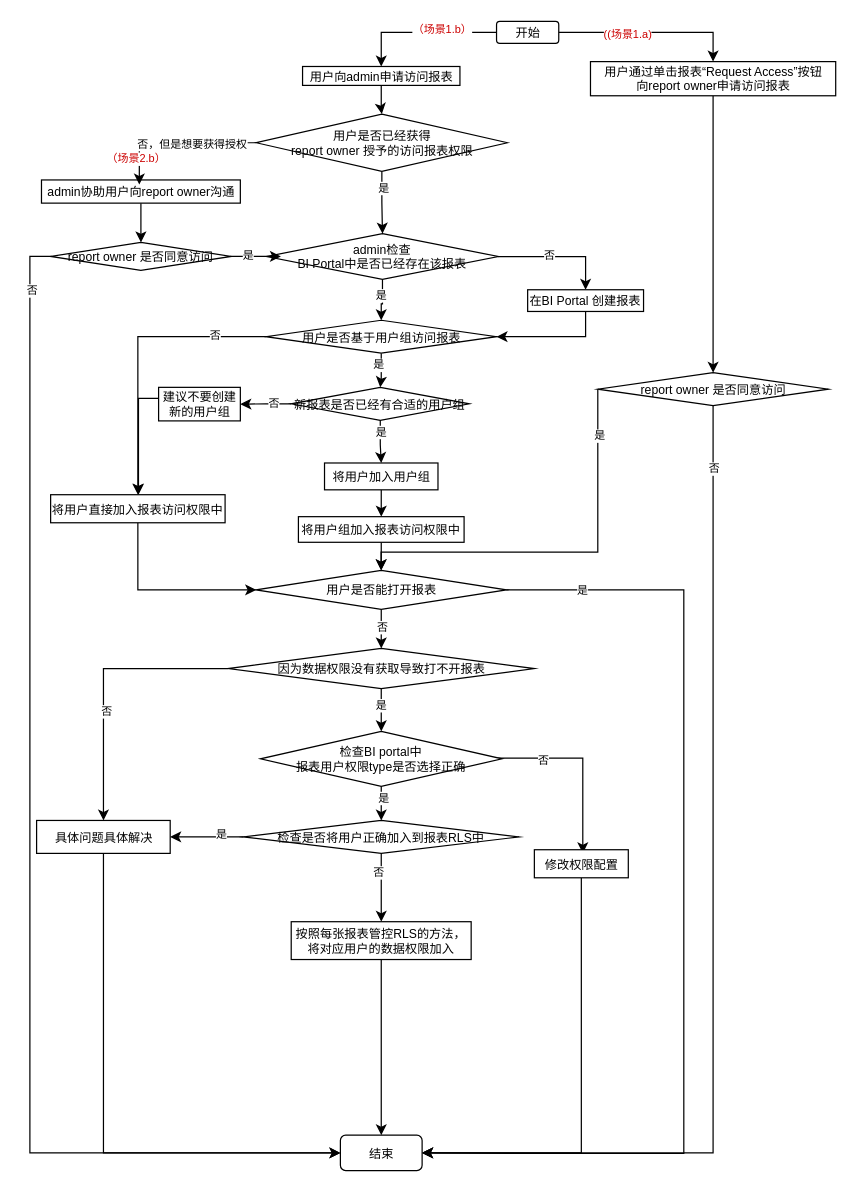
Before: 未命名绘图.drawio in winky02/pics, a draw.io diagram. Source tidied: cells renumbered, new cells numbered last; positions are measured from the earlier drawing's top-left corner, leaving out a move shared by most shapes. Both pictures are drawn from the tidied source at 122%, with x=0, y=0 at pixel (29, 21).
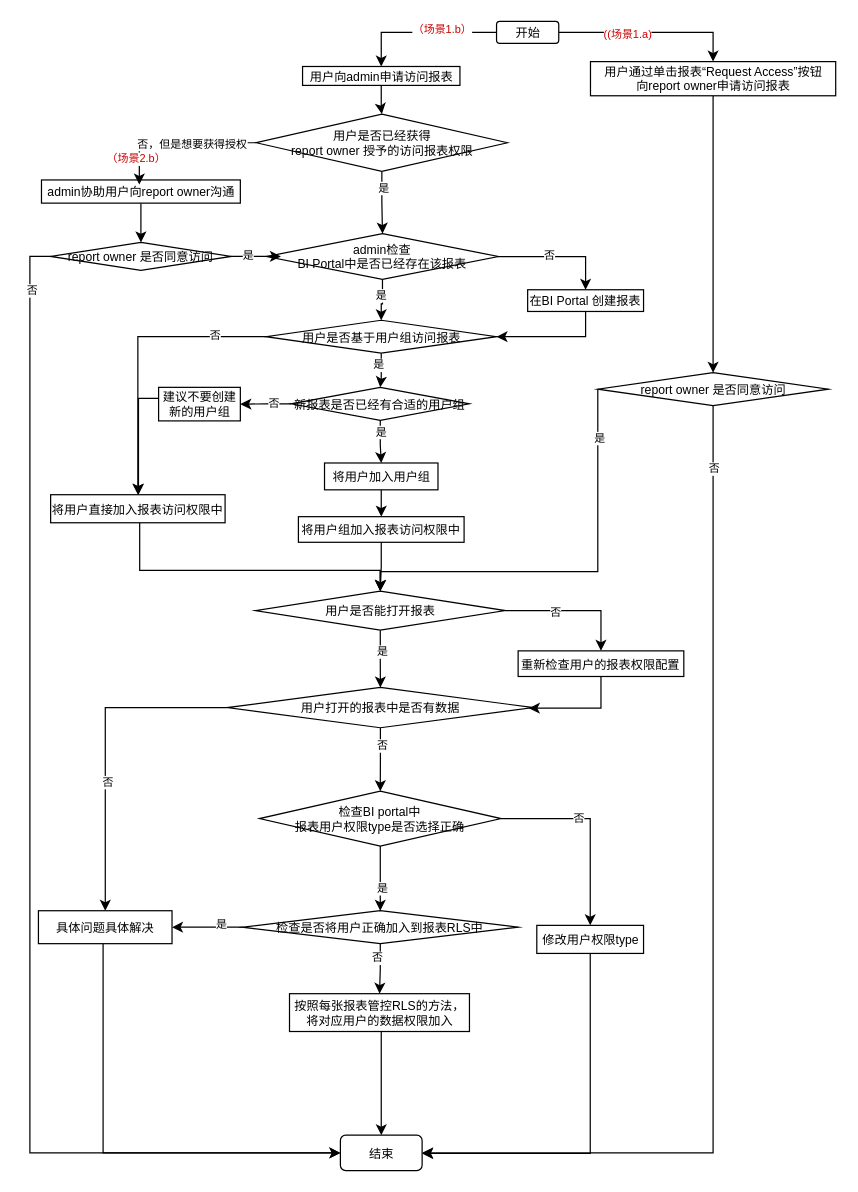
The same page after the edit.

Commit message:
更新未命名绘图.drawio

The change refers to these unchanged cells:
```xml
<mxCell id="28" value="将用户直接加入报表访问权限中" style="whiteSpace=wrap;html=1;fontSize=10;rounded=0;" parent="1" vertex="1">
  <mxGeometry x="17" y="388" width="143" height="23" as="geometry" />
</mxCell>
<mxCell id="36" value="结束" style="rounded=1;whiteSpace=wrap;html=1;fontSize=10;" parent="1" vertex="1">
  <mxGeometry x="254.5" y="913" width="67" height="29" as="geometry" />
</mxCell>
```

What changed in the source:
```diff
@@
-    <mxCell id="27" style="edgeStyle=orthogonalEdgeStyle;rounded=0;jettySize=auto;html=1;exitX=0.5;exitY=1;exitDx=0;exitDy=0;entryX=0;entryY=0.5;entryDx=0;entryDy=0;" parent="1" edge="1" source="28" target="35">
-      <mxGeometry relative="1" as="geometry" />
+    <mxCell id="27" style="edgeStyle=orthogonalEdgeStyle;rounded=0;jettySize=auto;html=1;entryX=0.5;entryY=0;entryDx=0;entryDy=0;" parent="1" edge="1" source="28" target="35">
+      <mxGeometry relative="1" as="geometry">
+        <Array as="points">
+          <mxPoint x="90" y="450" />
+        </Array>
+      </mxGeometry>
     </mxCell>
@@
-    <mxCell id="31" style="edgeStyle=orthogonalEdgeStyle;rounded=0;jettySize=auto;html=1;" parent="1" edge="1" source="35" target="41">
-      <mxGeometry relative="1" as="geometry" />
-    </mxCell>
-    <mxCell id="32" value="否" style="edgeLabel;html=1;align=center;verticalAlign=middle;fontSize=9;" parent="31" vertex="1">
-      <mxGeometry x="-0.4" relative="1" as="geometry" />
-    </mxCell>
-    <mxCell id="33" style="edgeStyle=orthogonalEdgeStyle;rounded=0;jettySize=auto;html=1;entryX=1;entryY=0.5;entryDx=0;entryDy=0;" parent="1" edge="1" source="35" target="36">
-      <mxGeometry relative="1" as="geometry">
-        <Array as="points">
-          <mxPoint x="536" y="466" />
-          <mxPoint x="536" y="928" />
-          <mxPoint x="410" y="928" />
-        </Array>
-      </mxGeometry>
-    </mxCell>
-    <mxCell id="34" value="是" style="edgeLabel;html=1;align=center;verticalAlign=middle;fontSize=9;" parent="33" vertex="1">
-      <mxGeometry x="-0.85" relative="1" as="geometry" />
-    </mxCell>
+    <mxCell id="81" style="edgeStyle=orthogonalEdgeStyle;rounded=0;jettySize=auto;html=1;entryX=0.5;entryY=0;entryDx=0;entryDy=0;" parent="1" edge="1" source="35" target="89">
+      <mxGeometry relative="1" as="geometry" />
+    </mxCell>
+    <mxCell id="82" value="是" style="edgeLabel;html=1;align=center;verticalAlign=middle;fontSize=9;" parent="81" vertex="1">
+      <mxGeometry x="-0.28" y="1" relative="1" as="geometry" />
+    </mxCell>
+    <mxCell id="83" style="edgeStyle=orthogonalEdgeStyle;rounded=0;jettySize=auto;html=1;entryX=0.5;entryY=0;entryDx=0;entryDy=0;" parent="1" edge="1" source="35" target="91">
+      <mxGeometry relative="1" as="geometry">
+        <Array as="points">
+          <mxPoint x="468" y="483" />
+        </Array>
+      </mxGeometry>
+    </mxCell>
+    <mxCell id="84" value="否" style="edgeLabel;html=1;align=center;verticalAlign=middle;fontSize=9;" parent="83" vertex="1">
+      <mxGeometry x="-0.27" y="-1" relative="1" as="geometry" />
+    </mxCell>
     <mxCell id="35" value="用户是否能打开报表" style="rhombus;whiteSpace=wrap;html=1;fontSize=10;rounded=0;" parent="1" vertex="1">
-      <mxGeometry x="185.5" y="450" width="205" height="32" as="geometry" />
+      <mxGeometry x="184.7" y="467" width="205" height="32" as="geometry" />
     </mxCell>
@@
-    <mxCell id="37" style="edgeStyle=orthogonalEdgeStyle;rounded=0;jettySize=auto;html=1;entryX=0.5;entryY=0;entryDx=0;entryDy=0;" parent="1" edge="1" source="41" target="48">
-      <mxGeometry relative="1" as="geometry" />
-    </mxCell>
-    <mxCell id="38" value="是" style="edgeLabel;html=1;align=center;verticalAlign=middle;fontSize=9;" parent="37" vertex="1">
-      <mxGeometry x="-0.42" y="-1" relative="1" as="geometry" />
-    </mxCell>
-    <mxCell id="39" style="edgeStyle=orthogonalEdgeStyle;rounded=0;jettySize=auto;html=1;" parent="1" edge="1" source="41" target="43">
+    <mxCell id="39" style="edgeStyle=orthogonalEdgeStyle;rounded=0;jettySize=auto;html=1;exitX=0;exitY=0.5;exitDx=0;exitDy=0;" parent="1" edge="1" source="89" target="43">
       <mxGeometry relative="1" as="geometry" />
     </mxCell>
@@
-    <mxCell id="41" value="因为数据权限没有获取导致打不开报表" style="rhombus;whiteSpace=wrap;html=1;fontSize=10;rounded=0;" parent="1" vertex="1">
-      <mxGeometry x="162.5" y="514" width="251" height="33" as="geometry" />
-    </mxCell>
@@
     <mxCell id="43" value="具体问题具体解决" style="whiteSpace=wrap;html=1;fontSize=10;rounded=0;" parent="1" vertex="1">
-      <mxGeometry x="5.5" y="655" width="109.5" height="27" as="geometry" />
+      <mxGeometry x="7" y="729" width="109.5" height="27" as="geometry" />
     </mxCell>
-    <mxCell id="44" style="edgeStyle=orthogonalEdgeStyle;rounded=0;orthogonalLoop=1;jettySize=auto;html=1;entryX=0.5;entryY=0;entryDx=0;entryDy=0;" parent="1" edge="1">
-      <mxGeometry relative="1" as="geometry">
-        <mxPoint x="373" y="604" as="sourcePoint" />
-        <mxPoint x="453.2" y="682" as="targetPoint" />
-        <Array as="points">
-          <mxPoint x="453.2" y="604" />
-        </Array>
-      </mxGeometry>
-    </mxCell>
-    <mxCell id="45" value="否" style="edgeLabel;html=1;align=center;verticalAlign=middle;fontSize=9;" parent="44" vertex="1">
-      <mxGeometry x="-0.41" y="-1" relative="1" as="geometry" />
-    </mxCell>
@@
+    <mxCell id="85" style="edgeStyle=orthogonalEdgeStyle;rounded=0;jettySize=auto;html=1;" parent="1" edge="1" source="48" target="50">
+      <mxGeometry relative="1" as="geometry" />
+    </mxCell>
+    <mxCell id="86" value="否" style="edgeLabel;html=1;align=center;verticalAlign=middle;fontSize=9;" parent="85" vertex="1">
+      <mxGeometry x="-0.21" relative="1" as="geometry" />
+    </mxCell>
     <mxCell id="48" value="检查BI portal中&lt;br&gt;报表用户权限type是否选择正确" style="rhombus;whiteSpace=wrap;html=1;fontSize=10;" parent="1" vertex="1">
-      <mxGeometry x="189" y="582" width="198" height="45" as="geometry" />
+      <mxGeometry x="188.2" y="631" width="198" height="45" as="geometry" />
     </mxCell>
-    <mxCell id="49" style="edgeStyle=orthogonalEdgeStyle;rounded=0;jettySize=auto;html=1;entryX=1;entryY=0.5;entryDx=0;entryDy=0;" parent="1" edge="1" source="50" target="36">
+    <mxCell id="49" style="edgeStyle=orthogonalEdgeStyle;rounded=0;jettySize=auto;html=1;" parent="1" edge="1" source="50" target="36">
       <mxGeometry relative="1" as="geometry">
         <Array as="points">
-          <mxPoint x="452" y="927" />
+          <mxPoint x="459" y="928" />
         </Array>
       </mxGeometry>
     </mxCell>
-    <mxCell id="50" value="修改权限配置" style="rounded=0;whiteSpace=wrap;html=1;fontSize=10;" parent="1" vertex="1">
-      <mxGeometry x="413.5" y="679" width="77" height="23" as="geometry" />
+    <mxCell id="50" value="修改用户权限type" style="rounded=0;whiteSpace=wrap;html=1;fontSize=10;" parent="1" vertex="1">
+      <mxGeometry x="415.5" y="741" width="87.5" height="23" as="geometry" />
     </mxCell>
@@
     <mxCell id="55" value="检查是否将用户正确加入到报表RLS中" style="rhombus;whiteSpace=wrap;html=1;fontSize=10;" parent="1" vertex="1">
-      <mxGeometry x="175" y="655" width="226" height="27" as="geometry" />
+      <mxGeometry x="174.2" y="729" width="226" height="27" as="geometry" />
     </mxCell>
@@
     <mxCell id="57" value="按照每张报表管控RLS的方法，将对应用户的数据权限加入" style="whiteSpace=wrap;html=1;fontSize=10;" parent="1" vertex="1">
-      <mxGeometry x="214.2" y="738" width="147.5" height="31" as="geometry" />
+      <mxGeometry x="212.8" y="797" width="147.5" height="31" as="geometry" />
     </mxCell>
@@
-    <mxCell id="60" style="edgeStyle=orthogonalEdgeStyle;rounded=0;orthogonalLoop=1;jettySize=auto;html=1;" parent="1" edge="1">
+    <mxCell id="60" style="edgeStyle=orthogonalEdgeStyle;rounded=0;jettySize=auto;html=1;entryX=0.5;entryY=0;entryDx=0;entryDy=0;" parent="1" edge="1" target="35">
       <mxGeometry relative="1" as="geometry">
         <mxPoint x="465.5" y="301.5" as="sourcePoint" />
-        <mxPoint x="287.9" y="450" as="targetPoint" />
         <Array as="points">
-          <mxPoint x="465" y="435" />
-          <mxPoint x="288" y="435" />
+          <mxPoint x="465" y="451" />
+          <mxPoint x="287" y="451" />
         </Array>
       </mxGeometry>
     </mxCell>
@@
+    <mxCell id="87" style="edgeStyle=orthogonalEdgeStyle;rounded=0;jettySize=auto;html=1;" parent="1" edge="1" source="89" target="48">
+      <mxGeometry relative="1" as="geometry" />
+    </mxCell>
+    <mxCell id="88" value="否" style="edgeLabel;html=1;align=center;verticalAlign=middle;fontSize=9;" parent="87" vertex="1">
+      <mxGeometry x="-0.45" y="1" relative="1" as="geometry" />
+    </mxCell>
+    <mxCell id="89" value="用户打开的报表中是否有数据" style="rhombus;whiteSpace=wrap;html=1;fontSize=10;rounded=0;" parent="1" vertex="1">
+      <mxGeometry x="161.8" y="546" width="251" height="33" as="geometry" />
+    </mxCell>
+    <mxCell id="90" style="edgeStyle=orthogonalEdgeStyle;rounded=0;jettySize=auto;html=1;" parent="1" edge="1" source="91" target="89">
+      <mxGeometry relative="1" as="geometry">
+        <Array as="points">
+          <mxPoint x="468" y="563" />
+        </Array>
+      </mxGeometry>
+    </mxCell>
+    <mxCell id="91" value="重新检查用户的报表权限配置" style="whiteSpace=wrap;html=1;fontSize=10;rounded=0;" parent="1" vertex="1">
+      <mxGeometry x="400.2" y="516" width="135.8" height="21" as="geometry" />
+    </mxCell>
```
